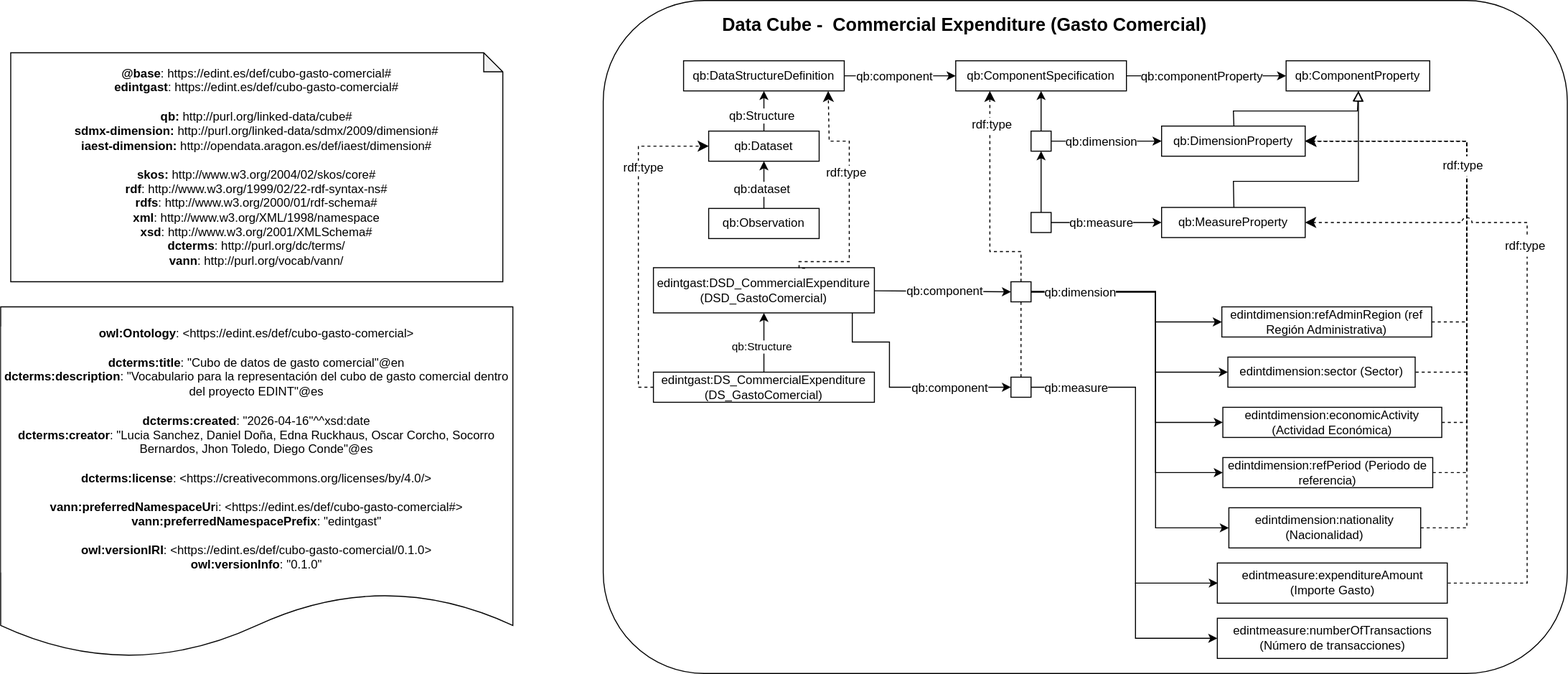
This is diagrams/diagram.svg from EDINT-Ontologia/edint-cubo-gasto-comercial, a draw.io export, as it was before one commit. Source tidied: cells renumbered, new cells last; positions are measured from the earlier drawing's top-left corner, leaving out a move shared by most shapes.
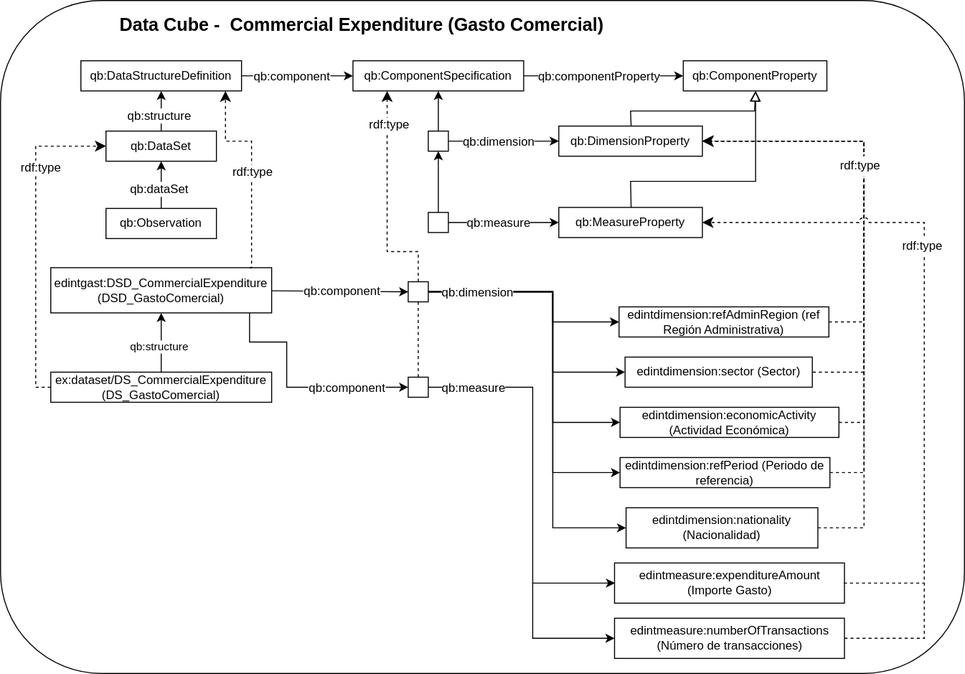
Later version of the same file.

What changed in the source:
```diff
@@ -29,17 +29,14 @@
         </Array>
       </mxGeometry>
     </mxCell>
-    <mxCell id="6" style="endArrow=classic;html=1;endSize=8;arcSize=0;rounded=0;dashed=1;edgeStyle=orthogonalEdgeStyle;jumpStyle=arc;jumpSize=10;" parent="1" edge="1" source="58" target="18">
+    <mxCell id="6" style="endArrow=classic;html=1;endSize=8;arcSize=0;rounded=0;dashed=1;edgeStyle=orthogonalEdgeStyle;jumpStyle=arc;jumpSize=10;exitX=1;exitY=0.5;exitDx=0;exitDy=0;" parent="1" edge="1" source="70" target="18">
       <mxGeometry relative="1" as="geometry">
         <Array as="points">
-          <mxPoint x="1520" y="580" />
+          <mxPoint x="1520" y="635" />
           <mxPoint x="1520" y="221" />
         </Array>
       </mxGeometry>
     </mxCell>
-    <mxCell id="7" value="&lt;div&gt;&lt;b&gt;@base&lt;/b&gt;:&amp;nbsp;&lt;span style=&quot;background-color: transparent; color: light-dark(rgb(0, 0, 0), rgb(255, 255, 255));&quot;&gt;https://edint.es/def/cubo-gasto-comercial#&lt;/span&gt;&lt;/div&gt;&lt;div&gt;&lt;b&gt;edintgast&lt;/b&gt;:&amp;nbsp;https://edint.es/def/cubo-gasto-comercial#&lt;/div&gt;&lt;div&gt;&amp;nbsp;&lt;/div&gt;&lt;div style=&quot;&quot;&gt;&lt;b&gt;qb:&lt;/b&gt; http://purl.org/linked-data/cube#&lt;br&gt;&lt;/div&gt;&lt;div style=&quot;&quot;&gt;&lt;span style=&quot;background-color: transparent; color: light-dark(rgb(0, 0, 0), rgb(255, 255, 255));&quot;&gt;&lt;span style=&quot;background-color: transparent;&quot;&gt;&lt;b&gt;sdmx-dimension:&amp;nbsp;&lt;/b&gt;&lt;/span&gt;&lt;/span&gt;&lt;span style=&quot;background-color: transparent; color: light-dark(rgb(0, 0, 0), rgb(255, 255, 255));&quot;&gt;http://purl.org/linked-data/sdmx/2009/dimension#&lt;/span&gt;&lt;/div&gt;&lt;div style=&quot;&quot;&gt;&lt;span style=&quot;background-color: transparent; color: light-dark(rgb(0, 0, 0), rgb(255, 255, 255));&quot;&gt;&lt;b&gt;iaest-dimension:&lt;/b&gt;&amp;nbsp;&lt;/span&gt;&lt;span style=&quot;background-color: transparent;&quot;&gt;http://opendata.aragon.es/def/iaest/dimension#&lt;/span&gt;&lt;/div&gt;&lt;div style=&quot;&quot;&gt;&lt;br&gt;&lt;/div&gt;&lt;div&gt;&lt;div style=&quot;&quot;&gt;&lt;b&gt;skos:&amp;nbsp;&lt;/b&gt;&lt;span style=&quot;background-color: transparent; color: light-dark(rgb(0, 0, 0), rgb(255, 255, 255));&quot;&gt;http://www.w3.org/2004/02/skos/core#&lt;/span&gt;&lt;/div&gt;&lt;div style=&quot;&quot;&gt;&lt;b style=&quot;background-color: transparent; color: light-dark(rgb(0, 0, 0), rgb(255, 255, 255));&quot;&gt;rdf&lt;/b&gt;&lt;span style=&quot;background-color: transparent; color: light-dark(rgb(0, 0, 0), rgb(255, 255, 255));&quot;&gt;: http://www.w3.org/1999/02/22-rdf-syntax-ns#&lt;/span&gt;&lt;/div&gt;&lt;div&gt;&lt;b&gt;rdfs&lt;/b&gt;: http://www.w3.org/2000/01/rdf-schema#&lt;/div&gt;&lt;div&gt;&lt;b&gt;xml&lt;/b&gt;: http://www.w3.org/XML/1998/namespace&lt;/div&gt;&lt;div&gt;&lt;b&gt;xsd&lt;/b&gt;: http://www.w3.org/2001/XMLSchema#&lt;/div&gt;&lt;div&gt;&lt;b style=&quot;background-color: transparent; color: light-dark(rgb(0, 0, 0), rgb(255, 255, 255));&quot;&gt;dcterms&lt;/b&gt;&lt;span style=&quot;background-color: transparent; color: light-dark(rgb(0, 0, 0), rgb(255, 255, 255));&quot;&gt;: http://purl.org/dc/terms/&lt;/span&gt;&lt;/div&gt;&lt;div&gt;&lt;b&gt;vann&lt;/b&gt;: http://purl.org/vocab/vann/&lt;/div&gt;&lt;/div&gt;" style="shape=note;whiteSpace=wrap;html=1;backgroundOutline=1;darkOpacity=0.05;size=19;" parent="1" vertex="1">
-      <mxGeometry x="10" y="52" width="490" height="228" as="geometry" />
-    </mxCell>
     <mxCell id="8" style="endArrow=classic;html=1;endSize=8;arcSize=0;rounded=0;dashed=1;edgeStyle=orthogonalEdgeStyle;" parent="1" edge="1" source="48" target="17">
       <mxGeometry relative="1" as="geometry">
         <Array as="points">
@@ -75,7 +72,7 @@
     <mxCell id="12" value="qb:DataStructureDefinition" style="rounded=0;whiteSpace=wrap;html=1;snapToPoint=1;points=[[0.1,0],[0.2,0],[0.3,0],[0.4,0],[0.5,0],[0.6,0],[0.7,0],[0.8,0],[0.9,0],[0,0.1],[0,0.3],[0,0.5],[0,0.7],[0,0.9],[0.1,1],[0.2,1],[0.3,1],[0.4,1],[0.5,1],[0.6,1],[0.7,1],[0.8,1],[0.9,1],[1,0.1],[1,0.3],[1,0.5],[1,0.7],[1,0.9]];" parent="1" vertex="1">
       <mxGeometry x="680" y="60" width="160" height="30" as="geometry" />
     </mxCell>
-    <mxCell id="13" value="qb:Dataset" style="rounded=0;whiteSpace=wrap;html=1;snapToPoint=1;points=[[0.1,0],[0.2,0],[0.3,0],[0.4,0],[0.5,0],[0.6,0],[0.7,0],[0.8,0],[0.9,0],[0,0.1],[0,0.3],[0,0.5],[0,0.7],[0,0.9],[0.1,1],[0.2,1],[0.3,1],[0.4,1],[0.5,1],[0.6,1],[0.7,1],[0.8,1],[0.9,1],[1,0.1],[1,0.3],[1,0.5],[1,0.7],[1,0.9]];" parent="1" vertex="1">
+    <mxCell id="13" value="qb:DataSet" style="rounded=0;whiteSpace=wrap;html=1;snapToPoint=1;points=[[0.1,0],[0.2,0],[0.3,0],[0.4,0],[0.5,0],[0.6,0],[0.7,0],[0.8,0],[0.9,0],[0,0.1],[0,0.3],[0,0.5],[0,0.7],[0,0.9],[0.1,1],[0.2,1],[0.3,1],[0.4,1],[0.5,1],[0.6,1],[0.7,1],[0.8,1],[0.9,1],[1,0.1],[1,0.3],[1,0.5],[1,0.7],[1,0.9]];" parent="1" vertex="1">
       <mxGeometry x="705" y="130" width="110" height="30" as="geometry" />
     </mxCell>
     <mxCell id="14" value="qb:Observation" style="rounded=0;whiteSpace=wrap;html=1;snapToPoint=1;points=[[0.1,0],[0.2,0],[0.3,0],[0.4,0],[0.5,0],[0.6,0],[0.7,0],[0.8,0],[0.9,0],[0,0.1],[0,0.3],[0,0.5],[0,0.7],[0,0.9],[0.1,1],[0.2,1],[0.3,1],[0.4,1],[0.5,1],[0.6,1],[0.7,1],[0.8,1],[0.9,1],[1,0.1],[1,0.3],[1,0.5],[1,0.7],[1,0.9]];" parent="1" vertex="1">
@@ -124,7 +121,7 @@
     <mxCell id="27" style="endArrow=classic;html=1;rounded=0;" parent="1" edge="1" source="13" target="12">
       <mxGeometry relative="1" as="geometry" />
     </mxCell>
-    <mxCell id="28" value="&lt;font style=&quot;font-size: 12px;&quot;&gt;qb:Structure&lt;/font&gt;" style="edgeLabel;html=1;align=center;verticalAlign=middle;" parent="27" vertex="1">
+    <mxCell id="28" value="&lt;font style=&quot;font-size: 12px;&quot;&gt;qb:structure&lt;/font&gt;" style="edgeLabel;html=1;align=center;verticalAlign=middle;" parent="27" vertex="1">
       <mxGeometry x="0.05" y="1" relative="1" as="geometry">
         <mxPoint x="-2" y="5" as="offset" />
       </mxGeometry>
@@ -132,7 +129,7 @@
     <mxCell id="29" style="endArrow=classic;html=1;rounded=0;" parent="1" edge="1" source="14" target="13">
       <mxGeometry relative="1" as="geometry" />
     </mxCell>
-    <mxCell id="30" value="&lt;font style=&quot;font-size: 12px;&quot;&gt;qb:dataset&lt;/font&gt;" style="edgeLabel;html=1;align=center;verticalAlign=middle;" parent="29" vertex="1">
+    <mxCell id="30" value="&lt;font style=&quot;font-size: 12px;&quot;&gt;qb:dataSet&lt;/font&gt;" style="edgeLabel;html=1;align=center;verticalAlign=middle;" parent="29" vertex="1">
       <mxGeometry x="0.05" y="1" relative="1" as="geometry">
         <mxPoint x="-2" y="5" as="offset" />
       </mxGeometry>
@@ -172,13 +169,13 @@
     <mxCell id="37" value="edintgast:DSD_CommercialExpenditure&lt;div&gt;(DSD_GastoComercial)&lt;/div&gt;" style="rounded=0;whiteSpace=wrap;html=1;snapToPoint=1;points=[[0.1,0],[0.2,0],[0.3,0],[0.4,0],[0.5,0],[0.6,0],[0.7,0],[0.8,0],[0.9,0],[0,0.1],[0,0.3],[0,0.5],[0,0.7],[0,0.9],[0.1,1],[0.2,1],[0.3,1],[0.4,1],[0.5,1],[0.6,1],[0.7,1],[0.8,1],[0.9,1],[1,0.1],[1,0.3],[1,0.5],[1,0.7],[1,0.9]];" parent="1" vertex="1">
       <mxGeometry x="650" y="266" width="220" height="45" as="geometry" />
     </mxCell>
-    <mxCell id="38" value="edintgast:DS_CommercialExpenditure&lt;div&gt;(DS_GastoComercial)&lt;/div&gt;" style="rounded=0;whiteSpace=wrap;html=1;snapToPoint=1;points=[[0.1,0],[0.2,0],[0.3,0],[0.4,0],[0.5,0],[0.6,0],[0.7,0],[0.8,0],[0.9,0],[0,0.1],[0,0.3],[0,0.5],[0,0.7],[0,0.9],[0.1,1],[0.2,1],[0.3,1],[0.4,1],[0.5,1],[0.6,1],[0.7,1],[0.8,1],[0.9,1],[1,0.1],[1,0.3],[1,0.5],[1,0.7],[1,0.9]];" parent="1" vertex="1">
+    <mxCell id="38" value="ex:dataset/DS_CommercialExpenditure&lt;div&gt;(DS_GastoComercial)&lt;/div&gt;" style="rounded=0;whiteSpace=wrap;html=1;snapToPoint=1;points=[[0.1,0],[0.2,0],[0.3,0],[0.4,0],[0.5,0],[0.6,0],[0.7,0],[0.8,0],[0.9,0],[0,0.1],[0,0.3],[0,0.5],[0,0.7],[0,0.9],[0.1,1],[0.2,1],[0.3,1],[0.4,1],[0.5,1],[0.6,1],[0.7,1],[0.8,1],[0.9,1],[1,0.1],[1,0.3],[1,0.5],[1,0.7],[1,0.9]];" parent="1" vertex="1">
       <mxGeometry x="650" y="370" width="220" height="30" as="geometry" />
     </mxCell>
     <mxCell id="39" style="endArrow=classic;html=1;rounded=0;" parent="1" edge="1" source="38" target="37">
       <mxGeometry relative="1" as="geometry" />
     </mxCell>
-    <mxCell id="40" value="qb:Structure" style="edgeLabel;html=1;align=center;verticalAlign=middle;" parent="39" vertex="1">
+    <mxCell id="40" value="qb:structure" style="edgeLabel;html=1;align=center;verticalAlign=middle;" parent="39" vertex="1">
       <mxGeometry x="0.05" y="1" relative="1" as="geometry">
         <mxPoint x="-2" y="5" as="offset" />
       </mxGeometry>
@@ -236,19 +233,18 @@
         <mxPoint x="4" y="-92" as="offset" />
       </mxGeometry>
     </mxCell>
-    <mxCell id="53" style="endArrow=classic;html=1;endSize=8;arcSize=0;rounded=0;dashed=1;edgeStyle=orthogonalEdgeStyle;exitX=0.686;exitY=0.012;exitDx=0;exitDy=0;exitPerimeter=0;" parent="1" edge="1" source="37" target="12">
+    <mxCell id="53" style="endArrow=classic;html=1;endSize=8;arcSize=0;rounded=0;dashed=1;edgeStyle=orthogonalEdgeStyle;entryX=0.9;entryY=1;entryDx=0;entryDy=0;exitX=0.9;exitY=0;exitDx=0;exitDy=0;" parent="1" edge="1" source="37" target="12">
       <mxGeometry relative="1" as="geometry">
         <Array as="points">
-          <mxPoint x="795" y="260" />
-          <mxPoint x="845" y="260" />
-          <mxPoint x="845" y="140" />
-          <mxPoint x="825" y="140" />
+          <mxPoint x="850" y="266" />
+          <mxPoint x="850" y="140" />
+          <mxPoint x="824" y="140" />
         </Array>
       </mxGeometry>
     </mxCell>
     <mxCell id="54" value="&lt;div&gt;rdf:type&lt;/div&gt;" style="text;html=1;align=center;verticalAlign=middle;labelBackgroundColor=#ffffff;" parent="53" vertex="1">
       <mxGeometry x="-0.13" relative="1" as="geometry">
-        <mxPoint x="-4" y="-41" as="offset" />
+        <mxPoint y="-9" as="offset" />
       </mxGeometry>
     </mxCell>
     <mxCell id="55" style="endArrow=classic;html=1;endSize=8;arcSize=0;rounded=0;dashed=1;edgeStyle=orthogonalEdgeStyle;" parent="1" edge="1" source="41" target="15">
@@ -313,9 +309,6 @@
         </Array>
       </mxGeometry>
     </mxCell>
-    <mxCell id="65" value="&lt;div&gt;&lt;b style=&quot;border-color: var(--border-color);&quot;&gt;owl:Ontology&lt;/b&gt;: &amp;lt;https://edint.es/def/cubo-gasto-comercial&amp;gt;&lt;b&gt;&lt;br&gt;&lt;/b&gt;&lt;/div&gt;&lt;div&gt;&lt;b&gt;&lt;br&gt;&lt;/b&gt;&lt;/div&gt;&lt;div&gt;&lt;span style=&quot;background-color: light-dark(rgb(255, 255, 255), rgb(18, 18, 18));&quot;&gt;&lt;b&gt;dcterms&lt;/b&gt;&lt;/span&gt;&lt;b&gt;:title&lt;/b&gt;: &quot;Cubo de datos de gasto comercial&quot;@en &lt;br&gt;&lt;b&gt;dcterms&lt;/b&gt;&lt;b&gt;:description&lt;/b&gt;: &quot;Vocabulario para la representación del cubo de gasto comercial dentro del proyecto EDINT&quot;@es&lt;br&gt;&lt;br&gt;&lt;b&gt;dcterms&lt;/b&gt;&lt;b&gt;:created&lt;/b&gt;: &quot;2026-04-16&quot;^^xsd:date &lt;br&gt;&lt;b&gt;dcterms&lt;/b&gt;&lt;b&gt;:creator&lt;/b&gt;: &quot;Lucia Sanchez, Daniel Doña, Edna Ruckhaus, Oscar Corcho, Socorro Bernardos, Jhon Toledo, Diego Conde&quot;@es&lt;br&gt;&lt;br&gt;&lt;b&gt;dcterms&lt;/b&gt;&lt;b&gt;:license&lt;/b&gt;: &amp;lt;https://creativecommons.org/licenses/by/4.0/&amp;gt;&lt;br&gt;&lt;/div&gt;&lt;div&gt;&lt;br&gt;&lt;/div&gt;&lt;div&gt;&lt;b&gt;vann:preferredNamespaceUr&lt;/b&gt;i: &amp;lt;https://edint.es/def/cubo-gasto-comercial#&amp;gt;&lt;br&gt;&lt;b&gt;vann:preferredNamespacePrefix&lt;/b&gt;: &quot;edintgast&quot; &lt;br&gt;&lt;br&gt;&lt;b&gt;owl:versionIRI&lt;/b&gt;: &amp;lt;https://edint.es/def/cubo-gasto-comercial/0.1.0&amp;gt;&lt;br&gt;&lt;b&gt;owl:versionInfo&lt;/b&gt;: &quot;0.1.0&quot;&lt;br&gt;&lt;/div&gt;" style="shape=document;whiteSpace=wrap;html=1;boundedLbl=1;labelBackgroundColor=#ffffff;strokeColor=#000000;fontSize=12;fontColor=#000000;size=0.1875;" parent="1" vertex="1">
-      <mxGeometry y="305" width="510" height="350" as="geometry" />
-    </mxCell>
     <mxCell id="66" value="rdf:type" style="text;html=1;whiteSpace=wrap;strokeColor=none;fillColor=#FFFFFF;align=center;verticalAlign=middle;rounded=0;" parent="1" vertex="1">
       <mxGeometry x="1430" y="155" width="53" height="20" as="geometry" />
     </mxCell>
@@ -339,5 +332,11 @@
         </Array>
       </mxGeometry>
     </mxCell>
+    <mxCell id="72" style="endArrow=none;html=1;rounded=0;dashed=1;" parent="1" edge="1">
+      <mxGeometry relative="1" as="geometry">
+        <mxPoint x="1440" y="580" as="sourcePoint" />
+        <mxPoint x="1520" y="580" as="targetPoint" />
+      </mxGeometry>
+    </mxCell>
   </root>
 </mxGraphModel>
```
